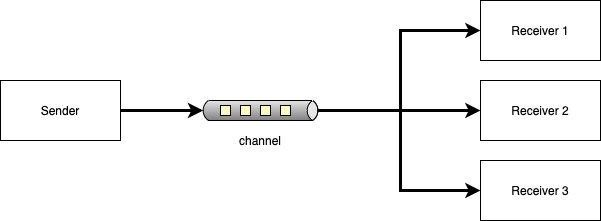
The draw.io diagram messaging/images/pub-sub.drawio.png in harshadnawathe/slides, before a commit. Source tidied: cells renumbered, new cells last; positions are measured from the earlier drawing's top-left corner, leaving out a move shared by most shapes.
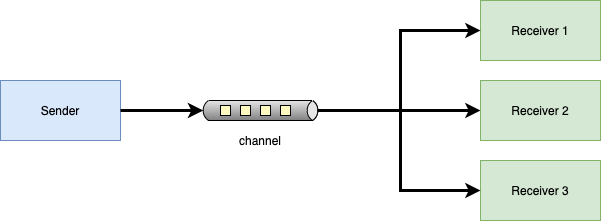
After the commit.

Commit message:
Harshad - Update figure for pub-sub

Change to the diagram source:
```diff
@@ -2,7 +2,7 @@
   <root>
     <mxCell id="0" />
     <mxCell id="1" parent="0" />
-    <mxCell id="2" value="Sender" style="rounded=0;whiteSpace=wrap;html=1;" parent="1" vertex="1">
+    <mxCell id="2" value="Sender" style="rounded=0;whiteSpace=wrap;html=1;fillColor=#dae8fc;strokeColor=#6c8ebf;" parent="1" vertex="1">
       <mxGeometry y="80" width="120" height="60" as="geometry" />
     </mxCell>
     <mxCell id="3" style="edgeStyle=orthogonalEdgeStyle;rounded=0;jettySize=auto;html=1;exitX=1;exitY=0.5;exitDx=-2.7;exitDy=0;exitPerimeter=0;strokeColor=#000000;entryX=0;entryY=0.5;entryDx=0;entryDy=0;strokeWidth=3;" parent="1" edge="1" source="4" target="5">
@@ -11,13 +11,13 @@
     <mxCell id="4" style="strokeWidth=1;outlineConnect=0;dashed=0;align=center;html=1;fontSize=8;shape=mxgraph.eip.dataChannel;verticalLabelPosition=bottom;labelBackgroundColor=#ffffff;verticalAlign=top;" parent="1" vertex="1">
       <mxGeometry x="200" y="100" width="120" height="20" as="geometry" />
     </mxCell>
-    <mxCell id="5" value="Receiver 2" style="rounded=0;whiteSpace=wrap;html=1;" parent="1" vertex="1">
+    <mxCell id="5" value="Receiver 2" style="rounded=0;whiteSpace=wrap;html=1;fillColor=#d5e8d4;strokeColor=#82b366;" parent="1" vertex="1">
       <mxGeometry x="480" y="80" width="120" height="60" as="geometry" />
     </mxCell>
-    <mxCell id="6" value="Receiver 1" style="rounded=0;whiteSpace=wrap;html=1;" parent="1" vertex="1">
+    <mxCell id="6" value="Receiver 1" style="rounded=0;whiteSpace=wrap;html=1;fillColor=#d5e8d4;strokeColor=#82b366;" parent="1" vertex="1">
       <mxGeometry x="480" width="120" height="60" as="geometry" />
     </mxCell>
-    <mxCell id="7" value="Receiver 3" style="rounded=0;whiteSpace=wrap;html=1;" parent="1" vertex="1">
+    <mxCell id="7" value="Receiver 3" style="rounded=0;whiteSpace=wrap;html=1;fillColor=#d5e8d4;strokeColor=#82b366;" parent="1" vertex="1">
       <mxGeometry x="480" y="160" width="120" height="60" as="geometry" />
     </mxCell>
     <mxCell id="8" style="edgeStyle=orthogonalEdgeStyle;rounded=0;jettySize=auto;html=1;exitX=1;exitY=0.5;exitDx=-2.7;exitDy=0;exitPerimeter=0;strokeColor=#000000;entryX=0;entryY=0.5;entryDx=0;entryDy=0;strokeWidth=3;" parent="1" edge="1" source="4" target="7">
```
